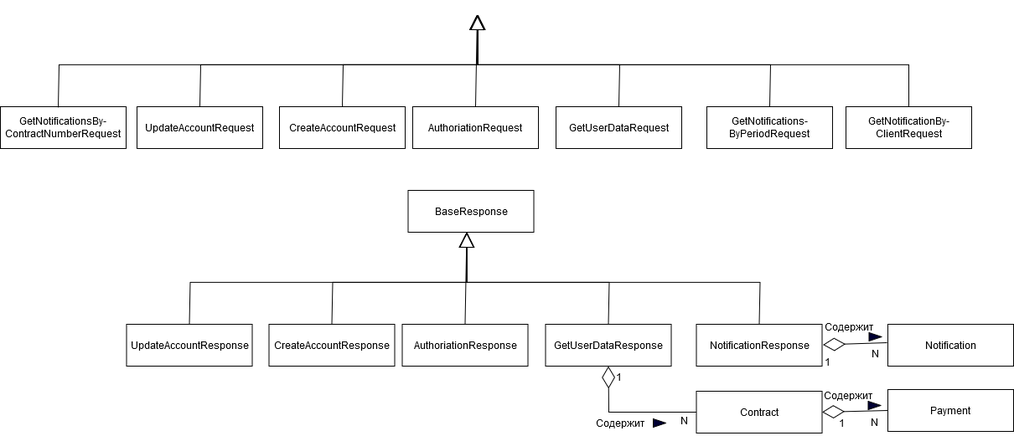
This is src/main/resources/documentation/Уточнённая диаграмма классов пакета pojo.drawio.png from VladBaton/vlk, a draw.io export, as it was before one commit. Source tidied: cells renumbered, new cells last; positions are measured from the earlier drawing's top-left corner, leaving out a move shared by most shapes.
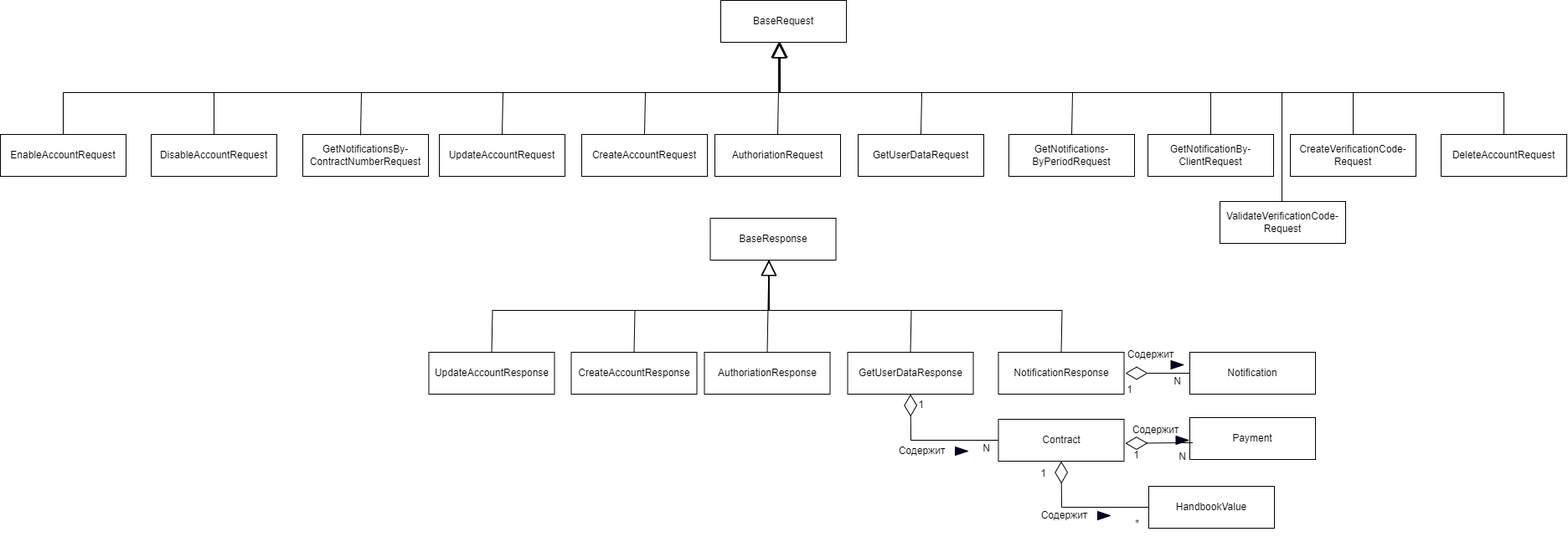
After the change.

Change to the diagram source:
```diff
@@ -25,61 +25,64 @@
     </mxCell>
-    <mxCell id="9" style="endArrow=block;endSize=16;endFill=0;html=1;rounded=0;exitX=0.46;exitY=0.02;exitDx=0;exitDy=0;entryX=0.467;entryY=1;entryDx=0;entryDy=0;entryPerimeter=0;startSize=5;exitPerimeter=0;" parent="1" edge="1" source="6">
-      <mxGeometry x="-0.02" y="70" relative="1" as="geometry">
-        <mxPoint x="570.1" as="targetPoint" />
-        <Array as="points">
-          <mxPoint x="70" y="60" />
-          <mxPoint x="570" y="60" />
-        </Array>
-      </mxGeometry>
-    </mxCell>
-    <mxCell id="10" style="endArrow=block;endSize=16;endFill=0;html=1;rounded=0;exitX=0.5;exitY=0;exitDx=0;exitDy=0;" parent="1" edge="1" source="4">
-      <mxGeometry x="-0.69" y="24" relative="1" as="geometry">
-        <mxPoint x="569" as="targetPoint" />
-        <Array as="points">
-          <mxPoint x="239" y="60" />
-          <mxPoint x="569" y="60" />
-        </Array>
-      </mxGeometry>
-    </mxCell>
-    <mxCell id="11" style="endArrow=block;endSize=16;endFill=0;html=1;rounded=0;exitX=0.5;exitY=0;exitDx=0;exitDy=0;" parent="1" edge="1" source="2">
-      <mxGeometry x="-0.43" y="58" relative="1" as="geometry">
-        <mxPoint x="569" as="targetPoint" />
-        <Array as="points">
-          <mxPoint x="409" y="60" />
-          <mxPoint x="569" y="60" />
-        </Array>
-      </mxGeometry>
-    </mxCell>
-    <mxCell id="12" style="endArrow=block;endSize=16;endFill=0;html=1;rounded=0;exitX=0.5;exitY=0;exitDx=0;exitDy=0;" parent="1" edge="1" source="3">
-      <mxGeometry x="0.78" y="110" relative="1" as="geometry">
-        <mxPoint x="569" as="targetPoint" />
-      </mxGeometry>
-    </mxCell>
-    <mxCell id="13" style="endArrow=block;endSize=16;endFill=0;html=1;rounded=0;exitX=0.5;exitY=0;exitDx=0;exitDy=0;" parent="1" edge="1" source="5">
-      <mxGeometry x="-0.17" y="-65" relative="1" as="geometry">
-        <mxPoint x="569" as="targetPoint" />
-        <Array as="points">
-          <mxPoint x="739" y="60" />
-          <mxPoint x="569" y="60" />
-        </Array>
-      </mxGeometry>
-    </mxCell>
-    <mxCell id="14" style="endArrow=block;endSize=16;endFill=0;html=1;rounded=0;exitX=0.5;exitY=0;exitDx=0;exitDy=0;" parent="1" edge="1" source="7">
-      <mxGeometry x="0.79" y="51" relative="1" as="geometry">
-        <mxPoint x="569" as="targetPoint" />
-        <Array as="points">
-          <mxPoint x="919" y="60" />
-          <mxPoint x="569" y="60" />
-        </Array>
-      </mxGeometry>
-    </mxCell>
-    <mxCell id="15" style="endArrow=block;endSize=16;endFill=0;html=1;rounded=0;exitX=0.5;exitY=0;exitDx=0;exitDy=0;" parent="1" edge="1" source="8">
-      <mxGeometry x="-0.34" y="-91" relative="1" as="geometry">
-        <mxPoint x="569" as="targetPoint" />
-        <Array as="points">
-          <mxPoint x="1084" y="60" />
-          <mxPoint x="569" y="60" />
-        </Array>
-      </mxGeometry>
-    </mxCell>
+    <mxCell id="45" value="BaseRequest" style="html=1;whiteSpace=wrap;" parent="1" vertex="1">
+      <mxGeometry x="499" y="-50" width="150" height="50" as="geometry" />
+    </mxCell>
+    <mxCell id="46" style="endArrow=block;endSize=16;endFill=0;html=1;rounded=0;exitX=0.46;exitY=0.02;exitDx=0;exitDy=0;entryX=0.467;entryY=1;entryDx=0;entryDy=0;entryPerimeter=0;startSize=5;exitPerimeter=0;" parent="1" edge="1" source="6">
+      <mxGeometry x="-0.02" y="70" relative="1" as="geometry">
+        <mxPoint x="570.1" as="targetPoint" />
+        <Array as="points">
+          <mxPoint x="70" y="60" />
+          <mxPoint x="570" y="60" />
+        </Array>
+      </mxGeometry>
+    </mxCell>
+    <mxCell id="47" style="endArrow=block;endSize=16;endFill=0;html=1;rounded=0;exitX=0.5;exitY=0;exitDx=0;exitDy=0;" parent="1" edge="1" source="4">
+      <mxGeometry x="-0.69" y="24" relative="1" as="geometry">
+        <mxPoint x="569" as="targetPoint" />
+        <Array as="points">
+          <mxPoint x="239" y="60" />
+          <mxPoint x="569" y="60" />
+        </Array>
+      </mxGeometry>
+    </mxCell>
+    <mxCell id="48" style="endArrow=block;endSize=16;endFill=0;html=1;rounded=0;exitX=0.5;exitY=0;exitDx=0;exitDy=0;" parent="1" edge="1" source="2">
+      <mxGeometry x="-0.43" y="58" relative="1" as="geometry">
+        <mxPoint x="569" as="targetPoint" />
+        <Array as="points">
+          <mxPoint x="409" y="60" />
+          <mxPoint x="569" y="60" />
+        </Array>
+      </mxGeometry>
+    </mxCell>
+    <mxCell id="49" style="endArrow=block;endSize=16;endFill=0;html=1;rounded=0;exitX=0.5;exitY=0;exitDx=0;exitDy=0;" parent="1" edge="1" source="3">
+      <mxGeometry x="0.78" y="110" relative="1" as="geometry">
+        <mxPoint x="569" as="targetPoint" />
+      </mxGeometry>
+    </mxCell>
+    <mxCell id="50" style="endArrow=block;endSize=16;endFill=0;html=1;rounded=0;exitX=0.5;exitY=0;exitDx=0;exitDy=0;" parent="1" edge="1" source="5">
+      <mxGeometry x="-0.17" y="-65" relative="1" as="geometry">
+        <mxPoint x="569" as="targetPoint" />
+        <Array as="points">
+          <mxPoint x="739" y="60" />
+          <mxPoint x="569" y="60" />
+        </Array>
+      </mxGeometry>
+    </mxCell>
+    <mxCell id="51" style="endArrow=block;endSize=16;endFill=0;html=1;rounded=0;exitX=0.5;exitY=0;exitDx=0;exitDy=0;" parent="1" edge="1" source="7">
+      <mxGeometry x="0.79" y="51" relative="1" as="geometry">
+        <mxPoint x="569" as="targetPoint" />
+        <Array as="points">
+          <mxPoint x="919" y="60" />
+          <mxPoint x="569" y="60" />
+        </Array>
+      </mxGeometry>
+    </mxCell>
+    <mxCell id="52" style="endArrow=block;endSize=16;endFill=0;html=1;rounded=0;exitX=0.5;exitY=0;exitDx=0;exitDy=0;" parent="1" edge="1" source="8">
+      <mxGeometry x="-0.34" y="-91" relative="1" as="geometry">
+        <mxPoint x="569" as="targetPoint" />
+        <Array as="points">
+          <mxPoint x="1084" y="60" />
+          <mxPoint x="569" y="60" />
+        </Array>
+      </mxGeometry>
+    </mxCell>
     <mxCell id="16" value="CreateAccountResponse" style="html=1;whiteSpace=wrap;" parent="1" vertex="1">
@@ -102,43 +105,43 @@
     </mxCell>
-    <mxCell id="22" style="endArrow=block;endSize=16;endFill=0;html=1;rounded=0;exitX=0.5;exitY=0;exitDx=0;exitDy=0;" parent="1" edge="1" source="18">
-      <mxGeometry x="-0.69" y="24" relative="1" as="geometry">
-        <mxPoint x="556.5" y="260" as="targetPoint" />
-        <Array as="points">
-          <mxPoint x="226.5" y="320" />
-          <mxPoint x="556.5" y="320" />
-        </Array>
-      </mxGeometry>
-    </mxCell>
-    <mxCell id="23" style="endArrow=block;endSize=16;endFill=0;html=1;rounded=0;exitX=0.5;exitY=0;exitDx=0;exitDy=0;" parent="1" edge="1" source="16">
-      <mxGeometry x="-0.43" y="58" relative="1" as="geometry">
-        <mxPoint x="556.5" y="260" as="targetPoint" />
-        <Array as="points">
-          <mxPoint x="396.5" y="320" />
-          <mxPoint x="556.5" y="320" />
-        </Array>
-      </mxGeometry>
-    </mxCell>
-    <mxCell id="24" style="endArrow=block;endSize=16;endFill=0;html=1;rounded=0;exitX=0.5;exitY=0;exitDx=0;exitDy=0;" parent="1" edge="1" source="17">
-      <mxGeometry x="0.78" y="110" relative="1" as="geometry">
-        <mxPoint x="556.5" y="260" as="targetPoint" />
-      </mxGeometry>
-    </mxCell>
-    <mxCell id="25" style="endArrow=block;endSize=16;endFill=0;html=1;rounded=0;exitX=0.5;exitY=0;exitDx=0;exitDy=0;" parent="1" edge="1" source="19">
-      <mxGeometry x="-0.17" y="-65" relative="1" as="geometry">
-        <mxPoint x="556.5" y="260" as="targetPoint" />
-        <Array as="points">
-          <mxPoint x="726.5" y="320" />
-          <mxPoint x="556.5" y="320" />
-        </Array>
-      </mxGeometry>
-    </mxCell>
-    <mxCell id="26" style="endArrow=block;endSize=16;endFill=0;html=1;rounded=0;exitX=0.5;exitY=0;exitDx=0;exitDy=0;" parent="1" edge="1" source="20">
-      <mxGeometry x="0.79" y="51" relative="1" as="geometry">
-        <mxPoint x="556.5" y="260" as="targetPoint" />
-        <Array as="points">
-          <mxPoint x="906.5" y="320" />
-          <mxPoint x="556.5" y="320" />
-        </Array>
-      </mxGeometry>
-    </mxCell>
+    <mxCell id="53" style="endArrow=block;endSize=16;endFill=0;html=1;rounded=0;exitX=0.5;exitY=0;exitDx=0;exitDy=0;" parent="1" edge="1" source="18">
+      <mxGeometry x="-0.69" y="24" relative="1" as="geometry">
+        <mxPoint x="556.5" y="260" as="targetPoint" />
+        <Array as="points">
+          <mxPoint x="226.5" y="320" />
+          <mxPoint x="556.5" y="320" />
+        </Array>
+      </mxGeometry>
+    </mxCell>
+    <mxCell id="54" style="endArrow=block;endSize=16;endFill=0;html=1;rounded=0;exitX=0.5;exitY=0;exitDx=0;exitDy=0;" parent="1" edge="1" source="16">
+      <mxGeometry x="-0.43" y="58" relative="1" as="geometry">
+        <mxPoint x="556.5" y="260" as="targetPoint" />
+        <Array as="points">
+          <mxPoint x="396.5" y="320" />
+          <mxPoint x="556.5" y="320" />
+        </Array>
+      </mxGeometry>
+    </mxCell>
+    <mxCell id="55" style="endArrow=block;endSize=16;endFill=0;html=1;rounded=0;exitX=0.5;exitY=0;exitDx=0;exitDy=0;" parent="1" edge="1" source="17">
+      <mxGeometry x="0.78" y="110" relative="1" as="geometry">
+        <mxPoint x="556.5" y="260" as="targetPoint" />
+      </mxGeometry>
+    </mxCell>
+    <mxCell id="56" style="endArrow=block;endSize=16;endFill=0;html=1;rounded=0;exitX=0.5;exitY=0;exitDx=0;exitDy=0;" parent="1" edge="1" source="19">
+      <mxGeometry x="-0.17" y="-65" relative="1" as="geometry">
+        <mxPoint x="556.5" y="260" as="targetPoint" />
+        <Array as="points">
+          <mxPoint x="726.5" y="320" />
+          <mxPoint x="556.5" y="320" />
+        </Array>
+      </mxGeometry>
+    </mxCell>
+    <mxCell id="57" style="endArrow=block;endSize=16;endFill=0;html=1;rounded=0;exitX=0.5;exitY=0;exitDx=0;exitDy=0;" parent="1" edge="1" source="20">
+      <mxGeometry x="0.79" y="51" relative="1" as="geometry">
+        <mxPoint x="556.5" y="260" as="targetPoint" />
+        <Array as="points">
+          <mxPoint x="906.5" y="320" />
+          <mxPoint x="556.5" y="320" />
+        </Array>
+      </mxGeometry>
+    </mxCell>
     <mxCell id="27" value="Notification" style="html=1;whiteSpace=wrap;" parent="1" vertex="1">
@@ -146,19 +149,19 @@
     </mxCell>
-    <mxCell id="28" style="endArrow=diamondThin;html=1;rounded=0;exitX=0.967;exitY=0.067;exitDx=0;exitDy=0;endFill=0;endSize=24;exitPerimeter=0;" parent="1" edge="1" source="30">
-      <mxGeometry relative="1" as="geometry">
-        <mxPoint x="981.5" y="394.5" as="targetPoint" />
-      </mxGeometry>
-    </mxCell>
-    <mxCell id="29" value="1" style="text;html=1;align=center;verticalAlign=middle;strokeColor=none;fillColor=none;" parent="1" vertex="1">
-      <mxGeometry x="971.5" y="400" width="30" height="30" as="geometry" />
-    </mxCell>
-    <mxCell id="30" value="N" style="text;html=1;align=center;verticalAlign=middle;points=[];strokeColor=none;fillColor=none;" parent="1" vertex="1">
-      <mxGeometry x="1029" y="390" width="30" height="30" as="geometry" />
-    </mxCell>
-    <mxCell id="31" style="triangle;whiteSpace=wrap;html=1;fillColor=#000033;" parent="1" vertex="1">
-      <mxGeometry x="1036.5" y="380" width="15" height="10" as="geometry" />
-    </mxCell>
-    <mxCell id="32" value="Содержит" style="text;html=1;align=center;verticalAlign=middle;strokeColor=none;fillColor=none;" parent="1" vertex="1">
-      <mxGeometry x="971.5" y="358" width="80" height="30" as="geometry" />
-    </mxCell>
+    <mxCell id="58" style="endArrow=diamondThin;html=1;rounded=0;exitX=0;exitY=0.5;exitDx=0;exitDy=0;endFill=0;endSize=24;" parent="1" edge="1" source="27">
+      <mxGeometry relative="1" as="geometry">
+        <mxPoint x="982" y="395" as="targetPoint" />
+      </mxGeometry>
+    </mxCell>
+    <mxCell id="59" value="1" style="text;html=1;align=center;verticalAlign=middle;strokeColor=none;fillColor=none;" parent="1" vertex="1">
+      <mxGeometry x="972" y="400" width="30" height="30" as="geometry" />
+    </mxCell>
+    <mxCell id="60" value="N" style="text;html=1;align=center;verticalAlign=middle;strokeColor=none;fillColor=none;" parent="1" vertex="1">
+      <mxGeometry x="1029" y="390" width="30" height="30" as="geometry" />
+    </mxCell>
+    <mxCell id="61" style="triangle;whiteSpace=wrap;html=1;fillColor=#000033;" parent="1" vertex="1">
+      <mxGeometry x="1036.5" y="380" width="15" height="10" as="geometry" />
+    </mxCell>
+    <mxCell id="62" value="Содержит" style="text;html=1;align=center;verticalAlign=middle;strokeColor=none;fillColor=none;" parent="1" vertex="1">
+      <mxGeometry x="971.5" y="358" width="80" height="30" as="geometry" />
+    </mxCell>
     <mxCell id="33" value="Contract" style="html=1;whiteSpace=wrap;" parent="1" vertex="1">
@@ -166,3 +169,106 @@
     </mxCell>
+    <mxCell id="63" value="1" style="text;html=1;align=center;verticalAlign=middle;strokeColor=none;fillColor=none;" parent="1" vertex="1">
+      <mxGeometry x="723" y="418" width="30" height="30" as="geometry" />
+    </mxCell>
+    <mxCell id="64" value="N" style="text;html=1;align=center;verticalAlign=middle;strokeColor=none;fillColor=none;" parent="1" vertex="1">
+      <mxGeometry x="800.5" y="470" width="30" height="30" as="geometry" />
+    </mxCell>
+    <mxCell id="65" style="triangle;whiteSpace=wrap;html=1;fillColor=#000033;" parent="1" vertex="1">
+      <mxGeometry x="779" y="483" width="15" height="10" as="geometry" />
+    </mxCell>
+    <mxCell id="66" value="Содержит" style="text;html=1;align=center;verticalAlign=middle;strokeColor=none;fillColor=none;" parent="1" vertex="1">
+      <mxGeometry x="699" y="473" width="80" height="30" as="geometry" />
+    </mxCell>
+    <mxCell id="39" value="Payment" style="html=1;whiteSpace=wrap;" parent="1" vertex="1">
+      <mxGeometry x="1059" y="448" width="150" height="50" as="geometry" />
+    </mxCell>
+    <mxCell id="67" value="1" style="text;html=1;align=center;verticalAlign=middle;strokeColor=none;fillColor=none;" parent="1" vertex="1">
+      <mxGeometry x="980" y="478" width="30" height="30" as="geometry" />
+    </mxCell>
+    <mxCell id="68" value="N" style="text;html=1;align=center;verticalAlign=middle;strokeColor=none;fillColor=none;" parent="1" vertex="1">
+      <mxGeometry x="1035" y="480" width="30" height="30" as="geometry" />
+    </mxCell>
+    <mxCell id="69" style="triangle;whiteSpace=wrap;html=1;fillColor=#000033;" parent="1" vertex="1">
+      <mxGeometry x="1042.5" y="470" width="15" height="10" as="geometry" />
+    </mxCell>
+    <mxCell id="70" value="Содержит" style="text;html=1;align=center;verticalAlign=middle;points=[];strokeColor=none;fillColor=none;" parent="1" vertex="1">
+      <mxGeometry x="977.5" y="448" width="80" height="30" as="geometry" />
+    </mxCell>
+    <mxCell id="71" value="&lt;div&gt;CreateVerificationCode-Request&lt;/div&gt;" style="html=1;whiteSpace=wrap;" parent="1" vertex="1">
+      <mxGeometry x="1179" y="110" width="150" height="50" as="geometry" />
+    </mxCell>
+    <mxCell id="72" style="endArrow=block;endSize=16;endFill=0;html=1;rounded=0;exitX=0.5;exitY=0;exitDx=0;exitDy=0;" parent="1" edge="1" source="71">
+      <mxGeometry x="0.78" y="110" relative="1" as="geometry">
+        <mxPoint x="569" as="targetPoint" />
+        <Array as="points">
+          <mxPoint x="1254" y="60" />
+          <mxPoint x="569" y="60" />
+        </Array>
+      </mxGeometry>
+    </mxCell>
+    <mxCell id="73" value="&lt;div&gt;DeleteAccountRequest&lt;/div&gt;" style="html=1;whiteSpace=wrap;" parent="1" vertex="1">
+      <mxGeometry x="1359" y="110" width="150" height="50" as="geometry" />
+    </mxCell>
+    <mxCell id="74" style="endArrow=block;endSize=16;endFill=0;html=1;rounded=0;exitX=0.5;exitY=0;exitDx=0;exitDy=0;" parent="1" edge="1" source="73">
+      <mxGeometry x="0.78" y="110" relative="1" as="geometry">
+        <mxPoint x="569" as="targetPoint" />
+        <Array as="points">
+          <mxPoint x="1434" y="60" />
+          <mxPoint x="569" y="60" />
+        </Array>
+      </mxGeometry>
+    </mxCell>
+    <mxCell id="75" value="DisableAccountRequest" style="html=1;whiteSpace=wrap;" parent="1" vertex="1">
+      <mxGeometry x="-181" y="110" width="150" height="50" as="geometry" />
+    </mxCell>
+    <mxCell id="76" style="endArrow=block;endSize=16;endFill=0;html=1;rounded=0;exitX=0.5;exitY=0;exitDx=0;exitDy=0;" parent="1" edge="1" source="75">
+      <mxGeometry x="0.78" y="110" relative="1" as="geometry">
+        <mxPoint x="569" as="targetPoint" />
+        <Array as="points">
+          <mxPoint x="-106" y="60" />
+          <mxPoint x="569" y="60" />
+        </Array>
+      </mxGeometry>
+    </mxCell>
+    <mxCell id="77" value="EnableAccountRequest" style="html=1;whiteSpace=wrap;" parent="1" vertex="1">
+      <mxGeometry x="-361" y="110" width="150" height="50" as="geometry" />
+    </mxCell>
+    <mxCell id="78" style="endArrow=block;endSize=16;endFill=0;html=1;rounded=0;exitX=0.5;exitY=0;exitDx=0;exitDy=0;" parent="1" edge="1" source="77">
+      <mxGeometry x="0.78" y="110" relative="1" as="geometry">
+        <mxPoint x="569" as="targetPoint" />
+        <Array as="points">
+          <mxPoint x="-286" y="60" />
+          <mxPoint x="569" y="60" />
+        </Array>
+      </mxGeometry>
+    </mxCell>
+    <mxCell id="79" value="HandbookValue" style="html=1;whiteSpace=wrap;" parent="1" vertex="1">
+      <mxGeometry x="1010" y="530" width="150" height="50" as="geometry" />
+    </mxCell>
+    <mxCell id="80" value="Содержит" style="text;html=1;align=center;verticalAlign=middle;strokeColor=none;fillColor=none;" parent="1" vertex="1">
+      <mxGeometry x="869" y="550" width="80" height="30" as="geometry" />
+    </mxCell>
+    <mxCell id="81" style="triangle;whiteSpace=wrap;html=1;fillColor=#000033;" parent="1" vertex="1">
+      <mxGeometry x="949" y="560" width="15" height="10" as="geometry" />
+    </mxCell>
+    <mxCell id="82" value="1" style="text;html=1;align=center;verticalAlign=middle;strokeColor=none;fillColor=none;" parent="1" vertex="1">
+      <mxGeometry x="869" y="500" width="30" height="30" as="geometry" />
+    </mxCell>
+    <mxCell id="83" value="*" style="text;html=1;align=center;verticalAlign=middle;strokeColor=none;fillColor=none;" parent="1" vertex="1">
+      <mxGeometry x="980.5" y="560" width="30" height="30" as="geometry" />
+    </mxCell>
+    <mxCell id="84" value="&lt;div&gt;ValidateVerificationCode-Request&lt;/div&gt;" style="html=1;whiteSpace=wrap;" parent="1" vertex="1">
+      <mxGeometry x="1095" y="190" width="150" height="50" as="geometry" />
+    </mxCell>
+    <mxCell id="85" style="endArrow=block;endSize=16;endFill=0;html=1;rounded=0;" parent="1" edge="1">
+      <mxGeometry x="0.78" y="110" relative="1" as="geometry">
+        <mxPoint x="1169" y="190" as="sourcePoint" />
+        <mxPoint x="568" as="targetPoint" />
+        <Array as="points">
+          <mxPoint x="1169" y="60" />
+          <mxPoint x="568" y="60" />
+        </Array>
+      </mxGeometry>
+    </mxCell>
-    <mxCell id="34" style="endArrow=diamondThin;html=1;rounded=0;entryX=0.5;entryY=1;entryDx=0;entryDy=0;exitX=0;exitY=0.5;exitDx=0;exitDy=0;endFill=0;endSize=24;" parent="1" edge="1" source="33" target="19">
+    <mxCell id="34" style="endArrow=diamondThin;endFill=0;endSize=24;html=1;rounded=0;exitX=0;exitY=0.5;exitDx=0;exitDy=0;entryX=0.5;entryY=1;entryDx=0;entryDy=0;" parent="1" edge="1" source="33" target="19">
       <mxGeometry relative="1" as="geometry">
@@ -173,32 +279,12 @@
     </mxCell>
-    <mxCell id="35" value="1" style="text;html=1;align=center;verticalAlign=middle;strokeColor=none;fillColor=none;" parent="1" vertex="1">
-      <mxGeometry x="723" y="418" width="30" height="30" as="geometry" />
-    </mxCell>
-    <mxCell id="36" value="N" style="text;html=1;align=center;verticalAlign=middle;strokeColor=none;fillColor=none;" parent="1" vertex="1">
-      <mxGeometry x="800.5" y="470" width="30" height="30" as="geometry" />
-    </mxCell>
-    <mxCell id="37" style="triangle;whiteSpace=wrap;html=1;fillColor=#000033;" parent="1" vertex="1">
-      <mxGeometry x="779" y="483" width="15" height="10" as="geometry" />
-    </mxCell>
-    <mxCell id="38" value="Содержит" style="text;html=1;align=center;verticalAlign=middle;strokeColor=none;fillColor=none;" parent="1" vertex="1">
-      <mxGeometry x="699" y="473" width="80" height="30" as="geometry" />
-    </mxCell>
-    <mxCell id="39" value="Payment" style="html=1;whiteSpace=wrap;" parent="1" vertex="1">
-      <mxGeometry x="1059" y="448" width="150" height="50" as="geometry" />
-    </mxCell>
-    <mxCell id="40" style="endArrow=diamondThin;html=1;rounded=0;exitX=0;exitY=0.5;exitDx=0;exitDy=0;endFill=0;endSize=24;entryX=1;entryY=0.5;entryDx=0;entryDy=0;" parent="1" edge="1" source="39" target="33">
-      <mxGeometry relative="1" as="geometry" />
-    </mxCell>
-    <mxCell id="41" value="1" style="text;html=1;align=center;verticalAlign=middle;strokeColor=none;fillColor=none;" parent="1" vertex="1">
-      <mxGeometry x="989" y="473" width="30" height="30" as="geometry" />
-    </mxCell>
-    <mxCell id="42" value="N" style="text;html=1;align=center;verticalAlign=middle;strokeColor=none;fillColor=none;" parent="1" vertex="1">
-      <mxGeometry x="1028" y="472" width="30" height="30" as="geometry" />
-    </mxCell>
-    <mxCell id="43" style="triangle;whiteSpace=wrap;html=1;fillColor=#000033;" parent="1" vertex="1">
-      <mxGeometry x="1035.5" y="462" width="15" height="10" as="geometry" />
-    </mxCell>
-    <mxCell id="44" value="Содержит" style="text;html=1;align=center;verticalAlign=middle;strokeColor=none;fillColor=none;" parent="1" vertex="1">
-      <mxGeometry x="970.5" y="440" width="80" height="30" as="geometry" />
-    </mxCell>
+    <mxCell id="86" style="endArrow=diamondThin;endFill=0;endSize=24;html=1;rounded=0;exitX=1.064;exitY=0.996;exitDx=0;exitDy=0;exitPerimeter=0;entryX=0.054;entryY=1.025;entryDx=0;entryDy=0;entryPerimeter=0;" parent="1" edge="1" source="70" target="70">
+      <mxGeometry relative="1" as="geometry" />
+    </mxCell>
+    <mxCell id="87" style="endArrow=diamondThin;endFill=0;endSize=24;html=1;rounded=0;exitX=0;exitY=0.5;exitDx=0;exitDy=0;entryX=0.5;entryY=1;entryDx=0;entryDy=0;" parent="1" edge="1" source="79" target="33">
+      <mxGeometry relative="1" as="geometry">
+        <Array as="points">
+          <mxPoint x="906" y="555" />
+        </Array>
+      </mxGeometry>
+    </mxCell>
   </root>
```
